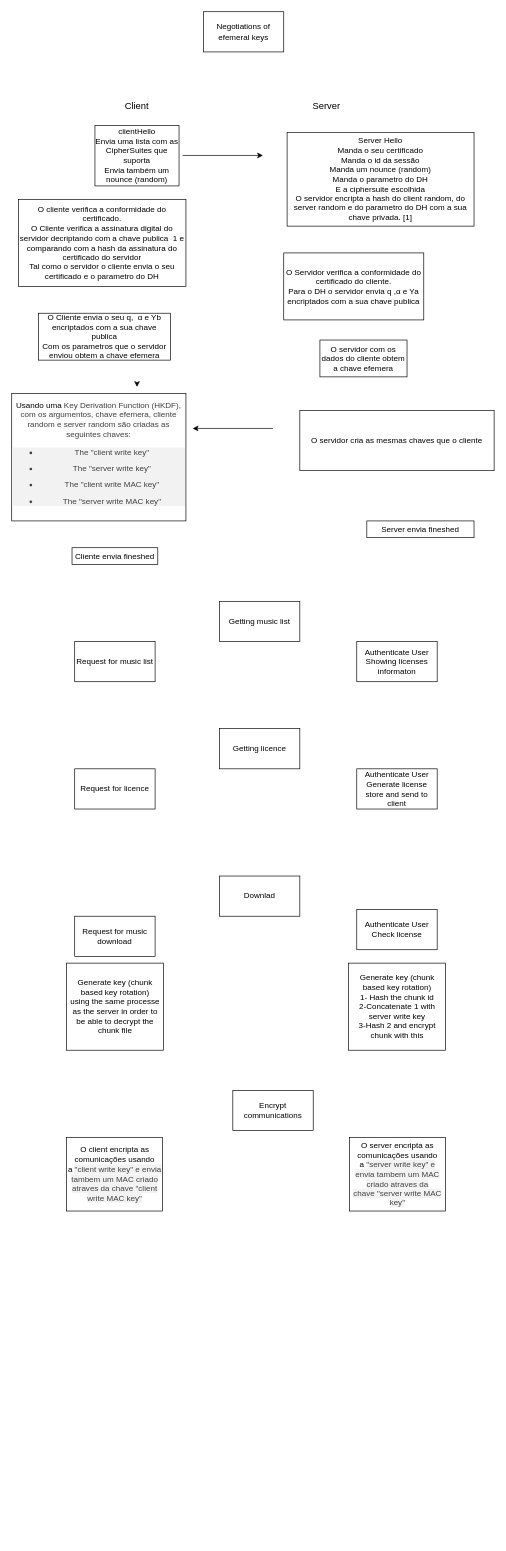
eduardosantoshf/digital-rights-management keeps this draw.io diagram as ProtocolDiagram.drawio. Above is the earlier version. Source tidied: cells renumbered, new cells numbered last; positions are measured from the earlier drawing's top-left corner, leaving out a move shared by most shapes. Both pictures are drawn from the tidied source at 67%, with x=0, y=0 at pixel (11, 11).
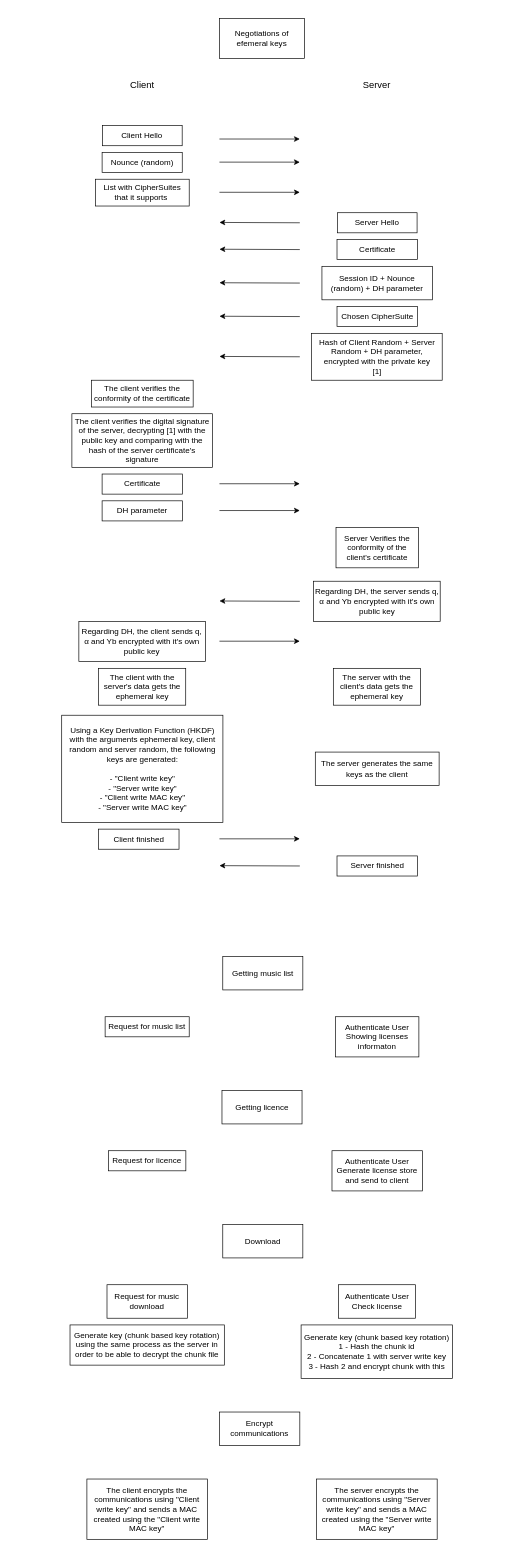
The same diagram, later.

Change to the diagram source:
```diff
@@
     <mxCell id="2" value="&lt;font style=&quot;font-size: 14px&quot;&gt;Server&lt;/font&gt;" style="text;html=1;strokeColor=none;fillColor=none;align=center;verticalAlign=middle;whiteSpace=wrap;rounded=0;" parent="1" vertex="1">
-      <mxGeometry x="450" y="130" width="40" height="20" as="geometry" />
+      <mxGeometry x="525" y="100" width="40" height="20" as="geometry" />
     </mxCell>
     <mxCell id="3" value="&lt;font style=&quot;font-size: 14px&quot;&gt;Client&lt;/font&gt;" style="text;html=1;strokeColor=none;fillColor=none;align=center;verticalAlign=middle;whiteSpace=wrap;rounded=0;" parent="1" vertex="1">
-      <mxGeometry x="167" y="130" width="40" height="20" as="geometry" />
+      <mxGeometry x="174.7" y="100" width="40" height="20" as="geometry" />
     </mxCell>
-    <mxCell id="4" value="clientHello&lt;br&gt;Envia uma lista com as CipherSuites que suporta&lt;br&gt;Envia também um nounce (random)" style="rounded=0;whiteSpace=wrap;html=1;" parent="1" vertex="1">
-      <mxGeometry x="124.2" y="170" width="125.5" height="90" as="geometry" />
-    </mxCell>
-    <mxCell id="5" style="edgeStyle=orthogonalEdgeStyle;rounded=0;jettySize=auto;html=1;" parent="1" edge="1" source="6">
-      <mxGeometry relative="1" as="geometry">
-        <mxPoint x="515.5" y="250" as="targetPoint" />
-        <Array as="points">
-          <mxPoint x="516" y="250" />
-          <mxPoint x="516" y="250" />
-        </Array>
-      </mxGeometry>
-    </mxCell>
-    <mxCell id="6" value="Server Hello&lt;br&gt;Manda o seu certificado&lt;br&gt;Manda o id da sessão&lt;br&gt;Manda um nounce (random)&lt;br&gt;Manda o parametro do DH&lt;br&gt;E a ciphersuite escolhida&lt;br&gt;O servidor encripta a hash do client random, do server random e do parametro do DH com a sua chave privada. [1]" style="rounded=0;whiteSpace=wrap;html=1;" parent="1" vertex="1">
-      <mxGeometry x="411" y="180" width="279" height="140" as="geometry" />
+    <mxCell id="6" value="Server Hello&lt;br&gt;" style="rounded=0;whiteSpace=wrap;html=1;" parent="1" vertex="1">
+      <mxGeometry x="486" y="300" width="119" height="30" as="geometry" />
     </mxCell>
     <mxCell id="7" style="endArrow=classic;html=1;" parent="1" edge="1">
       <mxGeometry relative="1" as="geometry">
-        <mxPoint x="255" y="214.5" as="sourcePoint" />
-        <mxPoint x="375" y="214.5" as="targetPoint" />
+        <mxPoint x="310" y="190" as="sourcePoint" />
+        <mxPoint x="430" y="190" as="targetPoint" />
       </mxGeometry>
     </mxCell>
-    <mxCell id="8" value="O servidor com os dados do cliente obtem a chave efemera" style="rounded=0;whiteSpace=wrap;html=1;" parent="1" vertex="1">
-      <mxGeometry x="460" y="490" width="130" height="55" as="geometry" />
+    <mxCell id="8" value="The server with the client's data gets the ephemeral key" style="rounded=0;whiteSpace=wrap;html=1;" parent="1" vertex="1">
+      <mxGeometry x="480" y="980" width="130" height="55" as="geometry" />
     </mxCell>
-    <mxCell id="9" value="O cliente verifica a conformidade do certificado.&lt;br&gt;O Cliente verifica a assinatura digital do servidor decriptando com a chave publica&amp;nbsp; 1 e comparando com a hash da assinatura do certificado do servidor&lt;br&gt;Tal como o servidor o cliente envia o seu certificado e o parametro do DH" style="rounded=0;whiteSpace=wrap;html=1;" parent="1" vertex="1">
-      <mxGeometry x="10" y="280" width="250" height="130" as="geometry" />
+    <mxCell id="9" value="The client verifies the conformity of the certificate" style="rounded=0;whiteSpace=wrap;html=1;" parent="1" vertex="1">
+      <mxGeometry x="118.9" y="550" width="151.9" height="40" as="geometry" />
     </mxCell>
-    <mxCell id="10" value="O Cliente envia o seu q,&amp;nbsp; α e Yb encriptados com a sua chave publica&lt;br&gt;Com os parametros que o servidor enviou obtem a chave efemera" style="rounded=0;whiteSpace=wrap;html=1;" parent="1" vertex="1">
-      <mxGeometry x="40" y="450" width="197.2" height="70" as="geometry" />
-    </mxCell>
-    <mxCell id="11" style="edgeStyle=orthogonalEdgeStyle;rounded=0;orthogonalLoop=1;jettySize=auto;html=1;exitX=0.5;exitY=1;exitDx=0;exitDy=0;" parent="1" edge="1">
-      <mxGeometry relative="1" as="geometry">
-        <mxPoint x="187" y="555" as="sourcePoint" />
-        <mxPoint x="187" y="560" as="targetPoint" />
-      </mxGeometry>
-    </mxCell>
-    <mxCell id="12" value="Cliente envia fineshed" style="rounded=0;whiteSpace=wrap;html=1;" parent="1" vertex="1">
-      <mxGeometry x="90" y="800" width="128" height="25" as="geometry" />
-    </mxCell>
-    <mxCell id="13" value="Server envia fineshed" style="rounded=0;whiteSpace=wrap;html=1;" parent="1" vertex="1">
-      <mxGeometry x="530" y="760" width="160" height="25" as="geometry" />
-    </mxCell>
-    <mxCell id="14" style="endArrow=classic;html=1;" parent="1" edge="1">
-      <mxGeometry relative="1" as="geometry">
-        <mxPoint x="390" y="622" as="sourcePoint" />
-        <mxPoint x="270" y="622" as="targetPoint" />
-      </mxGeometry>
-    </mxCell>
-    <mxCell id="15" value="O Servidor verifica a conformidade do certificado do cliente.&lt;br&gt;Para o DH o servidor envia q ,α e Ya encriptados com a sua chave publica" style="rounded=0;whiteSpace=wrap;html=1;" parent="1" vertex="1">
-      <mxGeometry x="406" y="360" width="209" height="100" as="geometry" />
-    </mxCell>
-    <mxCell id="16" value="Usando um&lt;font style=&quot;font-size: 12px&quot;&gt;a&amp;nbsp;&lt;span style=&quot;color: rgb(64 , 64 , 64) ; font-family: &amp;#34;lato&amp;#34; , , &amp;#34;helvetica neue&amp;#34; , &amp;#34;arial&amp;#34; , sans-serif ; background-color: rgb(252 , 252 , 252)&quot;&gt;Key Derivation Function (HKDF), com os argumentos, chave efemera, cliente random e server random são criadas as seguintes chaves:&lt;br&gt;&lt;/span&gt;&lt;ul class=&quot;learning-list&quot; style=&quot;box-sizing: border-box ; color: rgb(66 , 66 , 66) ; font-family: , &amp;#34;blinkmacsystemfont&amp;#34; , &amp;#34;segoe ui&amp;#34; , &amp;#34;roboto&amp;#34; , &amp;#34;oxygen&amp;#34; , &amp;#34;ubuntu&amp;#34; , &amp;#34;cantarell&amp;#34; , &amp;#34;fira sans&amp;#34; , &amp;#34;droid sans&amp;#34; , &amp;#34;helvetica neue&amp;#34; , sans-serif ; background-color: rgb(242 , 242 , 242)&quot;&gt;&lt;li style=&quot;box-sizing: border-box ; margin-bottom: 10px&quot;&gt;The &quot;client write key&quot;&lt;/li&gt;&lt;li style=&quot;box-sizing: border-box ; margin-bottom: 10px&quot;&gt;The &quot;server write key&quot;&lt;/li&gt;&lt;li style=&quot;box-sizing: border-box ; margin-bottom: 10px&quot;&gt;The &quot;client write MAC key&quot;&lt;/li&gt;&lt;li style=&quot;box-sizing: border-box ; margin-bottom: 10px&quot;&gt;The &quot;server write MAC key&quot;&lt;/li&gt;&lt;/ul&gt;&lt;/font&gt;" style="rounded=0;whiteSpace=wrap;html=1;" parent="1" vertex="1">
-      <mxGeometry y="570" width="260" height="190" as="geometry" />
-    </mxCell>
-    <mxCell id="17" value="O servidor cria as mesmas chaves que o cliente" style="rounded=0;whiteSpace=wrap;html=1;" parent="1" vertex="1">
-      <mxGeometry x="430" y="595" width="290" height="90" as="geometry" />
-    </mxCell>
     <mxCell id="18" value="Negotiations of efemeral keys" style="rounded=0;whiteSpace=wrap;html=1;" parent="1" vertex="1">
-      <mxGeometry x="286" width="120" height="60" as="geometry" />
+      <mxGeometry x="310" y="10" width="127" height="60" as="geometry" />
     </mxCell>
     <mxCell id="19" value="Getting music list" style="rounded=0;whiteSpace=wrap;html=1;" parent="1" vertex="1">
-      <mxGeometry x="310" y="880" width="120" height="60" as="geometry" />
+      <mxGeometry x="315" y="1410" width="119.5" height="50" as="geometry" />
     </mxCell>
     <mxCell id="20" value="Request for music list" style="whiteSpace=wrap;html=1;" parent="1" vertex="1">
-      <mxGeometry x="94" y="940" width="120" height="60" as="geometry" />
+      <mxGeometry x="139.4" y="1500" width="125.5" height="30" as="geometry" />
     </mxCell>
     <mxCell id="21" value="Authenticate User&lt;br&gt;Showing licenses informaton" style="whiteSpace=wrap;html=1;" parent="1" vertex="1">
-      <mxGeometry x="515" y="940" width="120" height="60" as="geometry" />
+      <mxGeometry x="483.2" y="1500" width="124.5" height="60" as="geometry" />
     </mxCell>
-    <mxCell id="22" value="Getting licence" style="rounded=0;whiteSpace=wrap;html=1;" parent="1" vertex="1">
-      <mxGeometry x="310" y="1070" width="120" height="60" as="geometry" />
-    </mxCell>
     <mxCell id="23" value="Request for licence" style="whiteSpace=wrap;html=1;" parent="1" vertex="1">
-      <mxGeometry x="94" y="1130" width="120" height="60" as="geometry" />
+      <mxGeometry x="144.4" y="1700" width="115.5" height="30" as="geometry" />
     </mxCell>
     <mxCell id="24" value="Authenticate User&lt;br&gt;Generate license store and send to client" style="whiteSpace=wrap;html=1;" parent="1" vertex="1">
-      <mxGeometry x="515" y="1130" width="120" height="60" as="geometry" />
+      <mxGeometry x="478" y="1700" width="135" height="60" as="geometry" />
     </mxCell>
-    <mxCell id="25" value="Downlad" style="rounded=0;whiteSpace=wrap;html=1;" parent="1" vertex="1">
-      <mxGeometry x="310" y="1290" width="120" height="60" as="geometry" />
-    </mxCell>
     <mxCell id="26" value="Request for music download" style="whiteSpace=wrap;html=1;" parent="1" vertex="1">
-      <mxGeometry x="94" y="1350" width="120" height="60" as="geometry" />
+      <mxGeometry x="142.2" y="1900" width="120" height="50" as="geometry" />
     </mxCell>
     <mxCell id="27" value="Authenticate User&lt;br&gt;Check license" style="whiteSpace=wrap;html=1;" parent="1" vertex="1">
-      <mxGeometry x="515" y="1340" width="120" height="60" as="geometry" />
+      <mxGeometry x="487.5" y="1900" width="115" height="50" as="geometry" />
     </mxCell>
-    <mxCell id="28" value="Generate key (chunk based key rotation)&lt;br&gt;1- Hash the chunk id&lt;br&gt;2-Concatenate 1 with server write key&lt;br&gt;3-Hash 2 and encrypt chunk with this" style="whiteSpace=wrap;html=1;" parent="1" vertex="1">
-      <mxGeometry x="502.5" y="1420" width="145" height="130" as="geometry" />
+    <mxCell id="28" value="Generate key (chunk based key rotation)&lt;br&gt;1 - Hash the chunk id&lt;br&gt;2 - Concatenate 1 with server write key&lt;br&gt;3 - Hash 2 and encrypt chunk with this" style="whiteSpace=wrap;html=1;" parent="1" vertex="1">
+      <mxGeometry x="431.9" y="1960" width="226.2" height="80" as="geometry" />
     </mxCell>
-    <mxCell id="29" value="Generate key (chunk based key rotation)&lt;br&gt;using the same processe as the server in order to be able to decrypt the chunk file" style="whiteSpace=wrap;html=1;" parent="1" vertex="1">
-      <mxGeometry x="81.5" y="1420" width="145" height="130" as="geometry" />
+    <mxCell id="29" value="Generate key (chunk based key rotation)&lt;br&gt;using the same process as the server in order to be able to decrypt the chunk file" style="whiteSpace=wrap;html=1;" parent="1" vertex="1">
+      <mxGeometry x="87" y="1960" width="230.3" height="60" as="geometry" />
     </mxCell>
     <mxCell id="30" value="Encrypt communications" style="rounded=0;whiteSpace=wrap;html=1;" parent="1" vertex="1">
-      <mxGeometry x="330" y="1610" width="120" height="60" as="geometry" />
+      <mxGeometry x="310" y="2090" width="120" height="50" as="geometry" />
     </mxCell>
-    <mxCell id="31" value="O client encripta as comunicações usando a&amp;nbsp;&lt;span style=&quot;color: rgb(66 , 66 , 66) ; background-color: rgb(242 , 242 , 242)&quot;&gt;&quot;client write key&quot; e envia tambem um MAC criado atraves da chave&amp;nbsp;&lt;/span&gt;&lt;span style=&quot;color: rgb(66 , 66 , 66) ; background-color: rgb(242 , 242 , 242)&quot;&gt;&quot;client write MAC key&quot;&lt;/span&gt;" style="rounded=0;whiteSpace=wrap;html=1;" parent="1" vertex="1">
-      <mxGeometry x="81.5" y="1680" width="143.5" height="110" as="geometry" />
-    </mxCell>
-    <mxCell id="32" value="O server encripta as comunicações usando a&amp;nbsp;&lt;span style=&quot;color: rgb(66 , 66 , 66) ; background-color: rgb(242 , 242 , 242)&quot;&gt;&quot;server write key&quot; e envia tambem um MAC criado atraves da chave&amp;nbsp;&lt;/span&gt;&lt;span style=&quot;color: rgb(66 , 66 , 66) ; background-color: rgb(242 , 242 , 242)&quot;&gt;&quot;server write MAC key&quot;&lt;/span&gt;" style="rounded=0;whiteSpace=wrap;html=1;" parent="1" vertex="1">
-      <mxGeometry x="504" y="1680" width="143.5" height="110" as="geometry" />
-    </mxCell>
+    <mxCell id="33" value="Nounce (random)" style="rounded=0;whiteSpace=wrap;html=1;" parent="1" vertex="1">
+      <mxGeometry x="134.9" y="210" width="119.6" height="30" as="geometry" />
+    </mxCell>
+    <mxCell id="34" value="Chosen CipherSuite" style="rounded=0;whiteSpace=wrap;html=1;" parent="1" vertex="1">
+      <mxGeometry x="485.5" y="440" width="120" height="30" as="geometry" />
+    </mxCell>
+    <mxCell id="35" value="Session ID + Nounce (random) + DH parameter" style="rounded=0;whiteSpace=wrap;html=1;" parent="1" vertex="1">
+      <mxGeometry x="463" y="380" width="165" height="50" as="geometry" />
+    </mxCell>
+    <mxCell id="36" value="Hash of Client Random + Server Random + DH parameter, encrypted with the private key&lt;br&gt;[1]" style="rounded=0;whiteSpace=wrap;html=1;" parent="1" vertex="1">
+      <mxGeometry x="447.5" y="480" width="195" height="70" as="geometry" />
+    </mxCell>
+    <mxCell id="37" value="List with CipherSuites that it supports&amp;nbsp;" style="rounded=0;whiteSpace=wrap;html=1;" parent="1" vertex="1">
+      <mxGeometry x="124.8" y="250" width="140.1" height="40" as="geometry" />
+    </mxCell>
+    <mxCell id="38" value="Client Hello" style="rounded=0;whiteSpace=wrap;html=1;" parent="1" vertex="1">
+      <mxGeometry x="135.4" y="170" width="119" height="30" as="geometry" />
+    </mxCell>
+    <mxCell id="39" style="endArrow=classic;html=1;" parent="1" edge="1">
+      <mxGeometry relative="1" as="geometry">
+        <mxPoint x="310" y="224.5" as="sourcePoint" />
+        <mxPoint x="430" y="224.5" as="targetPoint" />
+      </mxGeometry>
+    </mxCell>
+    <mxCell id="40" style="endArrow=classic;html=1;" parent="1" edge="1">
+      <mxGeometry relative="1" as="geometry">
+        <mxPoint x="310" y="269.5" as="sourcePoint" />
+        <mxPoint x="430" y="269.5" as="targetPoint" />
+      </mxGeometry>
+    </mxCell>
+    <mxCell id="41" style="endArrow=classic;html=1;" parent="1" edge="1">
+      <mxGeometry relative="1" as="geometry">
+        <mxPoint x="430" y="315" as="sourcePoint" />
+        <mxPoint x="310" y="314.5" as="targetPoint" />
+      </mxGeometry>
+    </mxCell>
+    <mxCell id="42" style="endArrow=classic;html=1;" parent="1" edge="1">
+      <mxGeometry relative="1" as="geometry">
+        <mxPoint x="430" y="355" as="sourcePoint" />
+        <mxPoint x="310" y="354.5" as="targetPoint" />
+      </mxGeometry>
+    </mxCell>
+    <mxCell id="43" style="endArrow=classic;html=1;" parent="1" edge="1">
+      <mxGeometry relative="1" as="geometry">
+        <mxPoint x="430" y="405" as="sourcePoint" />
+        <mxPoint x="310" y="404.5" as="targetPoint" />
+      </mxGeometry>
+    </mxCell>
+    <mxCell id="44" value="Certificate" style="rounded=0;whiteSpace=wrap;html=1;" parent="1" vertex="1">
+      <mxGeometry x="485.5" y="340" width="120" height="30" as="geometry" />
+    </mxCell>
+    <mxCell id="45" style="endArrow=classic;html=1;" parent="1" edge="1">
+      <mxGeometry relative="1" as="geometry">
+        <mxPoint x="430" y="455" as="sourcePoint" />
+        <mxPoint x="310" y="454.5" as="targetPoint" />
+      </mxGeometry>
+    </mxCell>
+    <mxCell id="46" style="endArrow=classic;html=1;" parent="1" edge="1">
+      <mxGeometry relative="1" as="geometry">
+        <mxPoint x="430" y="515" as="sourcePoint" />
+        <mxPoint x="310" y="514.5" as="targetPoint" />
+      </mxGeometry>
+    </mxCell>
+    <mxCell id="47" value="&lt;span style=&quot;white-space: normal&quot;&gt;The client verifies the digital signature of the server, decrypting [1] with the public key and comparing with the hash of the server certificate's signature&lt;/span&gt;" style="rounded=0;whiteSpace=wrap;html=1;" parent="1" vertex="1">
+      <mxGeometry x="89.8" y="600" width="210.1" height="80" as="geometry" />
+    </mxCell>
+    <mxCell id="48" value="Certificate" style="rounded=0;whiteSpace=wrap;html=1;" parent="1" vertex="1">
+      <mxGeometry x="134.9" y="690" width="120" height="30" as="geometry" />
+    </mxCell>
+    <mxCell id="49" value="DH parameter" style="rounded=0;whiteSpace=wrap;html=1;" parent="1" vertex="1">
+      <mxGeometry x="134.9" y="730" width="120" height="30" as="geometry" />
+    </mxCell>
+    <mxCell id="50" value="Regarding DH, the client sends q, α and Yb encrypted with it's own public key" style="rounded=0;whiteSpace=wrap;html=1;" parent="1" vertex="1">
+      <mxGeometry x="100.2" y="910" width="189" height="60" as="geometry" />
+    </mxCell>
+    <mxCell id="51" style="endArrow=classic;html=1;" parent="1" edge="1">
+      <mxGeometry relative="1" as="geometry">
+        <mxPoint x="310" y="704.5" as="sourcePoint" />
+        <mxPoint x="430" y="704.5" as="targetPoint" />
+      </mxGeometry>
+    </mxCell>
+    <mxCell id="52" style="endArrow=classic;html=1;" parent="1" edge="1">
+      <mxGeometry relative="1" as="geometry">
+        <mxPoint x="310" y="744.5" as="sourcePoint" />
+        <mxPoint x="430" y="744.5" as="targetPoint" />
+      </mxGeometry>
+    </mxCell>
+    <mxCell id="53" style="endArrow=classic;html=1;" parent="1" edge="1">
+      <mxGeometry relative="1" as="geometry">
+        <mxPoint x="310" y="939.5" as="sourcePoint" />
+        <mxPoint x="430" y="939.5" as="targetPoint" />
+      </mxGeometry>
+    </mxCell>
+    <mxCell id="54" value="Server Verifies the conformity of the client's certificate" style="rounded=0;whiteSpace=wrap;html=1;" parent="1" vertex="1">
+      <mxGeometry x="484" y="770" width="123" height="60" as="geometry" />
+    </mxCell>
+    <mxCell id="55" style="endArrow=classic;html=1;" parent="1" edge="1">
+      <mxGeometry relative="1" as="geometry">
+        <mxPoint x="430" y="880" as="sourcePoint" />
+        <mxPoint x="310" y="879.5" as="targetPoint" />
+      </mxGeometry>
+    </mxCell>
+    <mxCell id="56" value="The client with the server's data gets the ephemeral key" style="rounded=0;whiteSpace=wrap;html=1;" parent="1" vertex="1">
+      <mxGeometry x="129.7" y="980" width="130" height="55" as="geometry" />
+    </mxCell>
+    <mxCell id="57" value="Using a Key Derivation Function (HKDF) with the arguments ephemeral key, client random and server random, the following keys are generated:&lt;br&gt;&lt;br&gt;- &quot;Client write key&quot;&lt;br&gt;- &quot;Server write key&quot;&lt;br&gt;- &quot;Client write MAC key&quot;&lt;br&gt;- &quot;Server write MAC key&quot;" style="rounded=0;whiteSpace=wrap;html=1;" parent="1" vertex="1">
+      <mxGeometry x="74.6" y="1050" width="240.6" height="160" as="geometry" />
+    </mxCell>
+    <mxCell id="58" value="The server generates the same keys as the client" style="rounded=0;whiteSpace=wrap;html=1;" parent="1" vertex="1">
+      <mxGeometry x="453.1" y="1105" width="184.8" height="50" as="geometry" />
+    </mxCell>
+    <mxCell id="59" value="Client finished" style="rounded=0;whiteSpace=wrap;html=1;" parent="1" vertex="1">
+      <mxGeometry x="129.7" y="1220" width="120" height="30" as="geometry" />
+    </mxCell>
+    <mxCell id="60" value="Server finished" style="rounded=0;whiteSpace=wrap;html=1;" parent="1" vertex="1">
+      <mxGeometry x="485.5" y="1260" width="120" height="30" as="geometry" />
+    </mxCell>
+    <mxCell id="61" style="endArrow=classic;html=1;" parent="1" edge="1">
+      <mxGeometry relative="1" as="geometry">
+        <mxPoint x="310" y="1234.5" as="sourcePoint" />
+        <mxPoint x="430" y="1234.5" as="targetPoint" />
+      </mxGeometry>
+    </mxCell>
+    <mxCell id="62" style="endArrow=classic;html=1;" parent="1" edge="1">
+      <mxGeometry relative="1" as="geometry">
+        <mxPoint x="430" y="1275" as="sourcePoint" />
+        <mxPoint x="310" y="1274.5" as="targetPoint" />
+      </mxGeometry>
+    </mxCell>
+    <mxCell id="22" value="Getting licence" style="rounded=0;whiteSpace=wrap;html=1;" parent="1" vertex="1">
+      <mxGeometry x="313.8" y="1610" width="119.5" height="50" as="geometry" />
+    </mxCell>
+    <mxCell id="63" value="Download" style="rounded=0;whiteSpace=wrap;html=1;" parent="1" vertex="1">
+      <mxGeometry x="315" y="1810" width="119.5" height="50" as="geometry" />
+    </mxCell>
+    <mxCell id="64" value="The client encrypts the communications using &quot;Client write key&quot; and sends a MAC created using the &quot;Client write MAC key&quot;" style="rounded=0;whiteSpace=wrap;html=1;" parent="1" vertex="1">
+      <mxGeometry x="112.2" y="2190" width="180" height="90" as="geometry" />
+    </mxCell>
+    <mxCell id="65" value="The server encrypts the communications using &quot;Server write key&quot; and sends a MAC created using the &quot;Server write MAC key&quot;" style="rounded=0;whiteSpace=wrap;html=1;" parent="1" vertex="1">
+      <mxGeometry x="455" y="2190" width="180" height="90" as="geometry" />
+    </mxCell>
+    <mxCell id="66" value="Regarding DH, the server sends q, α and Yb encrypted with it's own public key" style="rounded=0;whiteSpace=wrap;html=1;" parent="1" vertex="1">
+      <mxGeometry x="450.5" y="850" width="189" height="60" as="geometry" />
+    </mxCell>
```
